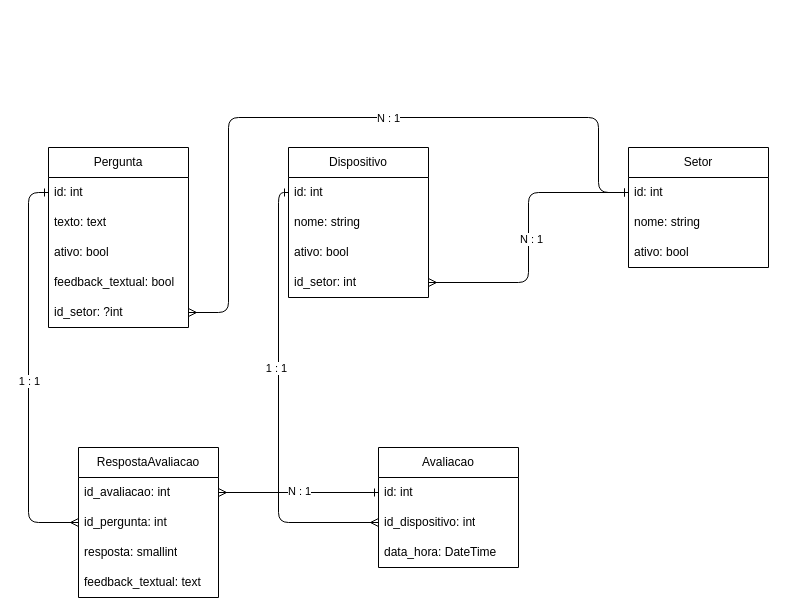
Earlier version of the draw.io diagram Tabelas.drawio (LuckyBressan/avaliacao-servico-backend). Source tidied: cells renumbered, new cells numbered last; positions are measured from the earlier drawing's top-left corner, leaving out a move shared by most shapes. Both pictures are drawn from the tidied source at 100%, with x=0, y=0 at pixel (28, 117).
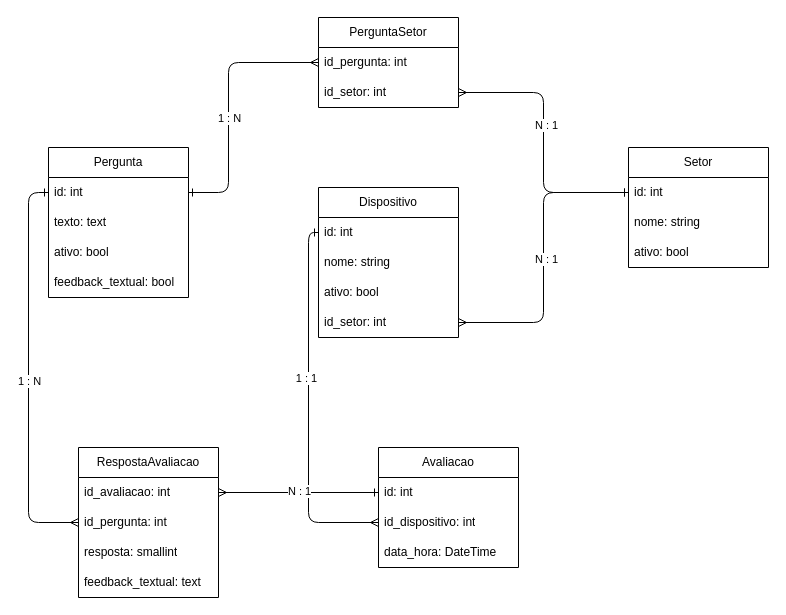
After the change.

The change refers to these unchanged cells:
```xml
<mxCell id="3" value="id: int" style="text;strokeColor=none;fillColor=none;align=left;verticalAlign=middle;spacingLeft=4;spacingRight=4;overflow=hidden;points=[[0,0.5],[1,0.5]];portConstraint=eastwest;whiteSpace=wrap;html=1;" parent="2" vertex="1">
  <mxGeometry y="30" width="140" height="30" as="geometry" />
</mxCell>
<mxCell id="14" value="id: int" style="text;strokeColor=none;fillColor=none;align=left;verticalAlign=middle;spacingLeft=4;spacingRight=4;overflow=hidden;points=[[0,0.5],[1,0.5]];portConstraint=eastwest;whiteSpace=wrap;html=1;" parent="13" vertex="1">
  <mxGeometry y="30" width="140" height="30" as="geometry" />
</mxCell>
<mxCell id="34" style="edgeStyle=orthogonalEdgeStyle;html=1;entryX=0;entryY=0.5;entryDx=0;entryDy=0;startArrow=ERmany;startFill=0;endArrow=ERone;endFill=0;" parent="1" edge="1" source="23" target="3">
  <mxGeometry relative="1" as="geometry">
    <Array as="points">
      <mxPoint y="405" />
      <mxPoint y="75" />
    </Array>
  </mxGeometry>
</mxCell>
```

Diff of the diagram source:
```diff
@@
     <mxCell id="2" value="Pergunta" style="swimlane;fontStyle=0;horizontal=1;startSize=30;whiteSpace=wrap;html=1;" parent="1" vertex="1">
-      <mxGeometry x="20" y="30" width="140" height="180" as="geometry" />
+      <mxGeometry x="20" y="30" width="140" height="150" as="geometry" />
     </mxCell>
@@
-    <mxCell id="7" value="id_setor: ?int" style="text;strokeColor=none;fillColor=none;align=left;verticalAlign=middle;spacingLeft=4;spacingRight=4;overflow=hidden;points=[[0,0.5],[1,0.5]];portConstraint=eastwest;whiteSpace=wrap;html=1;" parent="2" vertex="1">
-      <mxGeometry y="150" width="140" height="30" as="geometry" />
-    </mxCell>
     <mxCell id="8" value="Dispositivo" style="swimlane;fontStyle=0;horizontal=1;startSize=30;whiteSpace=wrap;html=1;" parent="1" vertex="1">
-      <mxGeometry x="260" y="30" width="140" height="150" as="geometry" />
+      <mxGeometry x="290" y="70" width="140" height="150" as="geometry" />
     </mxCell>
@@
-    <mxCell id="17" style="edgeStyle=orthogonalEdgeStyle;html=1;entryX=0;entryY=0.5;entryDx=0;entryDy=0;exitX=1;exitY=0.5;exitDx=0;exitDy=0;startArrow=ERmany;startFill=0;endArrow=ERone;endFill=0;" parent="1" edge="1" source="7" target="14">
+    <mxCell id="17" style="edgeStyle=orthogonalEdgeStyle;html=1;exitX=1;exitY=0.5;exitDx=0;exitDy=0;startArrow=ERone;startFill=0;endArrow=ERmany;endFill=0;entryX=0;entryY=0.5;entryDx=0;entryDy=0;" parent="1" edge="1" source="3" target="37">
       <mxGeometry relative="1" as="geometry">
         <Array as="points">
-          <mxPoint x="200" y="195" />
-          <mxPoint x="200" />
-          <mxPoint x="570" />
-          <mxPoint x="570" y="75" />
+          <mxPoint x="200" y="75" />
+          <mxPoint x="200" y="-55" />
         </Array>
       </mxGeometry>
     </mxCell>
-    <mxCell id="18" value="N : 1" style="edgeLabel;html=1;align=center;verticalAlign=middle;" parent="17" vertex="1">
-      <mxGeometry x="0.11" relative="1" as="geometry" />
+    <mxCell id="18" value="1 : N" style="edgeLabel;html=1;align=center;verticalAlign=middle;" parent="17" vertex="1">
+      <mxGeometry x="0.11" relative="1" as="geometry">
+        <mxPoint y="29" as="offset" />
+      </mxGeometry>
     </mxCell>
@@
-    <mxCell id="35" value="1 : 1" style="edgeLabel;html=1;align=center;verticalAlign=middle;" parent="34" vertex="1">
+    <mxCell id="35" value="1 : N" style="edgeLabel;html=1;align=center;verticalAlign=middle;" parent="34" vertex="1">
       <mxGeometry x="-0.04" relative="1" as="geometry" />
     </mxCell>
+    <mxCell id="36" value="PerguntaSetor" style="swimlane;fontStyle=0;horizontal=1;startSize=30;whiteSpace=wrap;html=1;" parent="1" vertex="1">
+      <mxGeometry x="290" y="-100" width="140" height="90" as="geometry" />
+    </mxCell>
+    <mxCell id="37" value="id_pergunta: int" style="text;strokeColor=none;fillColor=none;align=left;verticalAlign=middle;spacingLeft=4;spacingRight=4;overflow=hidden;points=[[0,0.5],[1,0.5]];portConstraint=eastwest;whiteSpace=wrap;html=1;" parent="36" vertex="1">
+      <mxGeometry y="30" width="140" height="30" as="geometry" />
+    </mxCell>
+    <mxCell id="38" value="id_setor: int" style="text;strokeColor=none;fillColor=none;align=left;verticalAlign=middle;spacingLeft=4;spacingRight=4;overflow=hidden;points=[[0,0.5],[1,0.5]];portConstraint=eastwest;whiteSpace=wrap;html=1;" parent="36" vertex="1">
+      <mxGeometry y="60" width="140" height="30" as="geometry" />
+    </mxCell>
+    <mxCell id="39" style="edgeStyle=orthogonalEdgeStyle;html=1;exitX=1;exitY=0.5;exitDx=0;exitDy=0;entryX=0;entryY=0.5;entryDx=0;entryDy=0;endArrow=ERone;endFill=0;startArrow=ERmany;startFill=0;" parent="1" edge="1" source="38" target="14">
+      <mxGeometry relative="1" as="geometry" />
+    </mxCell>
+    <mxCell id="40" value="N : 1" style="edgeLabel;html=1;align=center;verticalAlign=middle;" parent="39" vertex="1">
+      <mxGeometry x="-0.13" y="2" relative="1" as="geometry" />
+    </mxCell>
```
